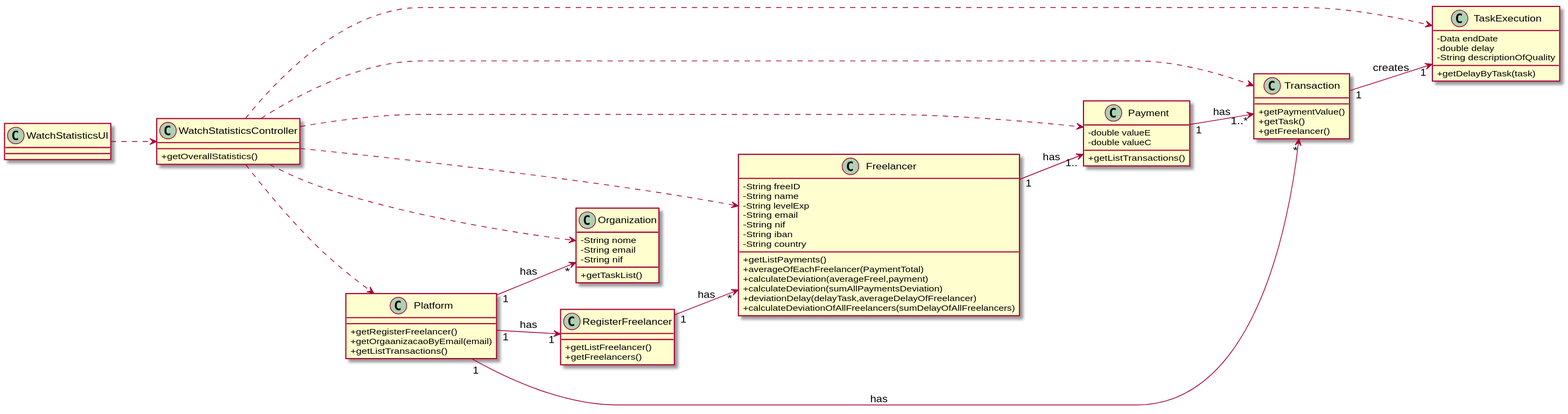
Above: docs/UC8 - Check Overall Statistics/UC8_CD.svg in 1190452/LAPR2 (PlantUML), before the change.
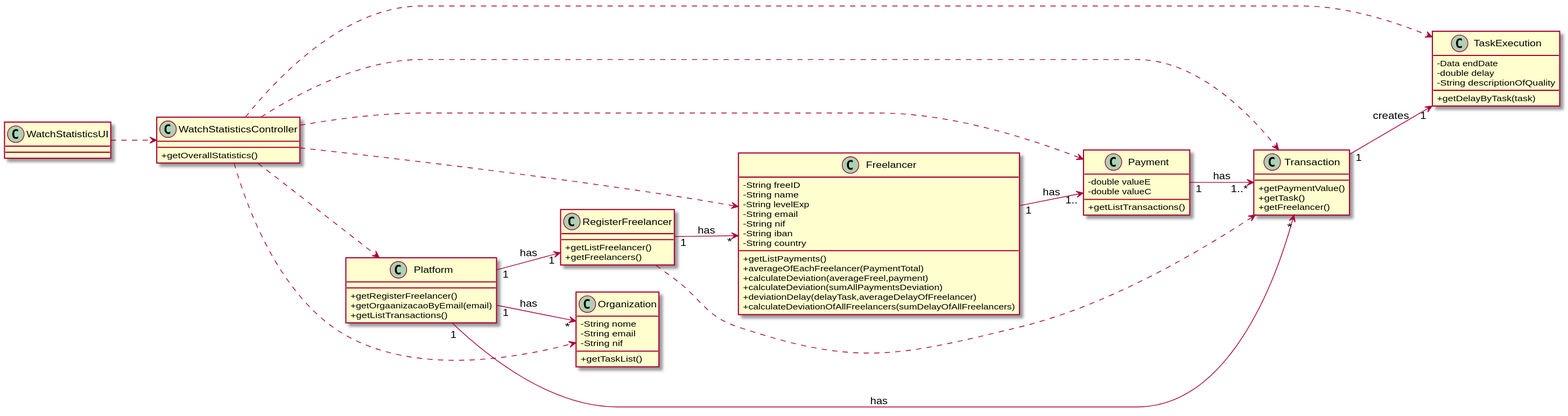
Later version of the same file.

Change to the diagram source:
```diff
@@ -71,6 +71,8 @@
 WatchStatisticsController ..> TaskExecution
 WatchStatisticsController ..> Organization
 
+RegisterFreelancer ..> Transaction
+
 Platform "1" --> "1" RegisterFreelancer: has
 Platform "1" --> "*" Organization: has
 Platform "1" --> "*" Transaction: has
```
